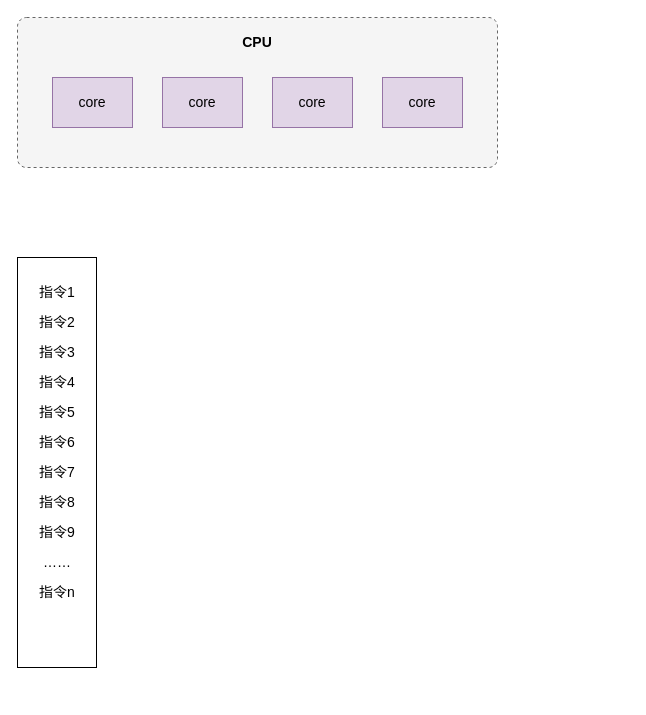
The draw.io diagram drawio/并发编程/线程.drawio in hezhuma/image-repo, before the edit. Source tidied: cells renumbered, new cells numbered last; positions are measured from the earlier drawing's top-left corner, leaving out a move shared by most shapes. Both pictures are drawn from the tidied source at 100%, with x=0, y=0 at pixel (17, 17).
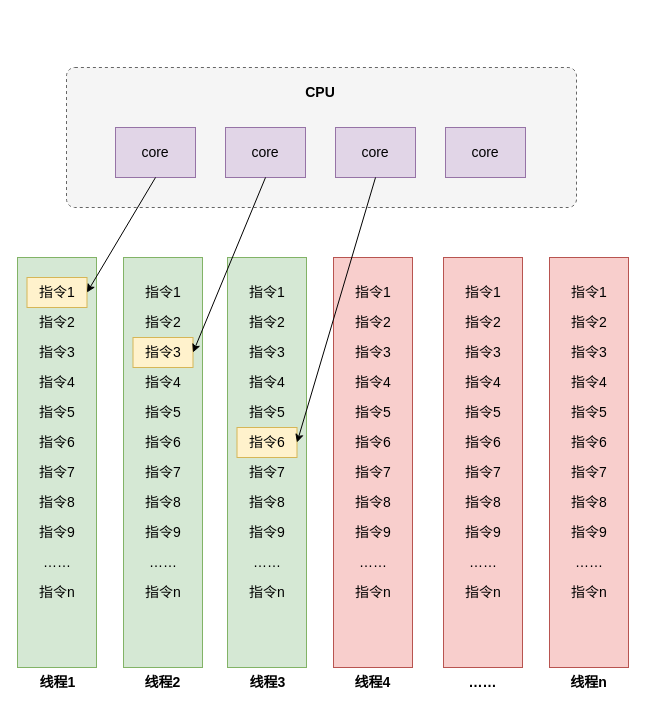
The same diagram, later.

Diff of the diagram source:
```diff
@@
-    <mxCell id="2" style="rounded=1;whiteSpace=wrap;html=1;dashed=1;arcSize=6;fillColor=#f5f5f5;fontColor=#333333;strokeColor=#666666;" parent="1" vertex="1">
-      <mxGeometry width="480" height="150" as="geometry" />
+    <mxCell id="2" style="rounded=1;whiteSpace=wrap;html=1;dashed=1;arcSize=6;fillColor=#f5f5f5;fontColor=#333333;strokeColor=#666666;strokeWidth=1;" parent="1" vertex="1">
+      <mxGeometry x="49" y="50" width="510" height="140" as="geometry" />
     </mxCell>
     <mxCell id="3" value="&lt;font style=&quot;font-size: 14px;&quot;&gt;core&lt;/font&gt;" style="rounded=0;whiteSpace=wrap;html=1;fillColor=#e1d5e7;strokeColor=#9673a6;" parent="1" vertex="1">
-      <mxGeometry x="35" y="60" width="80" height="50" as="geometry" />
+      <mxGeometry x="98" y="110" width="80" height="50" as="geometry" />
     </mxCell>
     <mxCell id="4" value="&lt;font style=&quot;font-size: 14px;&quot;&gt;core&lt;/font&gt;" style="rounded=0;whiteSpace=wrap;html=1;fillColor=#e1d5e7;strokeColor=#9673a6;" parent="1" vertex="1">
-      <mxGeometry x="145" y="60" width="80" height="50" as="geometry" />
+      <mxGeometry x="208" y="110" width="80" height="50" as="geometry" />
     </mxCell>
     <mxCell id="5" value="&lt;font style=&quot;font-size: 14px;&quot;&gt;core&lt;/font&gt;" style="rounded=0;whiteSpace=wrap;html=1;fillColor=#e1d5e7;strokeColor=#9673a6;" parent="1" vertex="1">
-      <mxGeometry x="255" y="60" width="80" height="50" as="geometry" />
+      <mxGeometry x="318" y="110" width="80" height="50" as="geometry" />
     </mxCell>
     <mxCell id="6" value="&lt;font style=&quot;font-size: 14px;&quot;&gt;core&lt;/font&gt;" style="rounded=0;whiteSpace=wrap;html=1;fillColor=#e1d5e7;strokeColor=#9673a6;" parent="1" vertex="1">
-      <mxGeometry x="365" y="60" width="80" height="50" as="geometry" />
+      <mxGeometry x="428" y="110" width="80" height="50" as="geometry" />
     </mxCell>
     <mxCell id="7" value="CPU" style="text;html=1;strokeColor=none;fillColor=none;align=center;verticalAlign=middle;whiteSpace=wrap;rounded=0;fontSize=14;fontStyle=1;" parent="1" vertex="1">
-      <mxGeometry x="210" y="10" width="60" height="30" as="geometry" />
+      <mxGeometry x="273" y="60" width="60" height="30" as="geometry" />
     </mxCell>
-    <mxCell id="8" style="rounded=0;whiteSpace=wrap;html=1;fontSize=14;" parent="1" vertex="1">
+    <mxCell id="8" style="rounded=0;whiteSpace=wrap;html=1;fontSize=14;fillColor=#d5e8d4;strokeColor=#82b366;" parent="1" vertex="1">
       <mxGeometry y="240" width="79" height="410" as="geometry" />
     </mxCell>
-    <mxCell id="9" value="指令1" style="text;html=1;strokeColor=none;fillColor=none;align=center;verticalAlign=middle;whiteSpace=wrap;rounded=0;fontSize=14;" parent="1" vertex="1">
+    <mxCell id="9" value="指令1" style="text;html=1;strokeColor=#d6b656;fillColor=#fff2cc;align=center;verticalAlign=middle;whiteSpace=wrap;rounded=0;fontSize=14;" parent="1" vertex="1">
       <mxGeometry x="9.5" y="260" width="60" height="30" as="geometry" />
     </mxCell>
@@
+    <mxCell id="20" style="rounded=0;whiteSpace=wrap;html=1;fontSize=14;fillColor=#d5e8d4;strokeColor=#82b366;" parent="1" vertex="1">
+      <mxGeometry x="106" y="240" width="79" height="410" as="geometry" />
+    </mxCell>
+    <mxCell id="21" value="指令1" style="text;html=1;strokeColor=none;fillColor=none;align=center;verticalAlign=middle;whiteSpace=wrap;rounded=0;fontSize=14;" parent="1" vertex="1">
+      <mxGeometry x="115.5" y="260" width="60" height="30" as="geometry" />
+    </mxCell>
+    <mxCell id="22" value="指令2" style="text;html=1;strokeColor=none;fillColor=none;align=center;verticalAlign=middle;whiteSpace=wrap;rounded=0;fontSize=14;" parent="1" vertex="1">
+      <mxGeometry x="115.5" y="290" width="60" height="30" as="geometry" />
+    </mxCell>
+    <mxCell id="23" value="指令3" style="text;html=1;strokeColor=#d6b656;fillColor=#fff2cc;align=center;verticalAlign=middle;whiteSpace=wrap;rounded=0;fontSize=14;" parent="1" vertex="1">
+      <mxGeometry x="115.5" y="320" width="60" height="30" as="geometry" />
+    </mxCell>
+    <mxCell id="24" value="指令4" style="text;html=1;strokeColor=none;fillColor=none;align=center;verticalAlign=middle;whiteSpace=wrap;rounded=0;fontSize=14;" parent="1" vertex="1">
+      <mxGeometry x="115.5" y="350" width="60" height="30" as="geometry" />
+    </mxCell>
+    <mxCell id="25" value="指令5" style="text;html=1;strokeColor=none;fillColor=none;align=center;verticalAlign=middle;whiteSpace=wrap;rounded=0;fontSize=14;" parent="1" vertex="1">
+      <mxGeometry x="115.5" y="380" width="60" height="30" as="geometry" />
+    </mxCell>
+    <mxCell id="26" value="指令6" style="text;html=1;strokeColor=none;fillColor=none;align=center;verticalAlign=middle;whiteSpace=wrap;rounded=0;fontSize=14;" parent="1" vertex="1">
+      <mxGeometry x="115.5" y="410" width="60" height="30" as="geometry" />
+    </mxCell>
+    <mxCell id="27" value="指令7" style="text;html=1;strokeColor=none;fillColor=none;align=center;verticalAlign=middle;whiteSpace=wrap;rounded=0;fontSize=14;" parent="1" vertex="1">
+      <mxGeometry x="115.5" y="440" width="60" height="30" as="geometry" />
+    </mxCell>
+    <mxCell id="28" value="指令8" style="text;html=1;strokeColor=none;fillColor=none;align=center;verticalAlign=middle;whiteSpace=wrap;rounded=0;fontSize=14;" parent="1" vertex="1">
+      <mxGeometry x="115.5" y="470" width="60" height="30" as="geometry" />
+    </mxCell>
+    <mxCell id="29" value="指令9" style="text;html=1;strokeColor=none;fillColor=none;align=center;verticalAlign=middle;whiteSpace=wrap;rounded=0;fontSize=14;" parent="1" vertex="1">
+      <mxGeometry x="115.5" y="500" width="60" height="30" as="geometry" />
+    </mxCell>
+    <mxCell id="30" value="……" style="text;html=1;strokeColor=none;fillColor=none;align=center;verticalAlign=middle;whiteSpace=wrap;rounded=0;fontSize=14;" parent="1" vertex="1">
+      <mxGeometry x="115.5" y="530" width="60" height="30" as="geometry" />
+    </mxCell>
+    <mxCell id="31" value="指令n" style="text;html=1;strokeColor=none;fillColor=none;align=center;verticalAlign=middle;whiteSpace=wrap;rounded=0;fontSize=14;" parent="1" vertex="1">
+      <mxGeometry x="115.5" y="560" width="60" height="30" as="geometry" />
+    </mxCell>
+    <mxCell id="32" style="rounded=0;whiteSpace=wrap;html=1;fontSize=14;fillColor=#d5e8d4;strokeColor=#82b366;" parent="1" vertex="1">
+      <mxGeometry x="210" y="240" width="79" height="410" as="geometry" />
+    </mxCell>
+    <mxCell id="33" value="指令1" style="text;html=1;strokeColor=none;fillColor=none;align=center;verticalAlign=middle;whiteSpace=wrap;rounded=0;fontSize=14;" parent="1" vertex="1">
+      <mxGeometry x="219.5" y="260" width="60" height="30" as="geometry" />
+    </mxCell>
+    <mxCell id="34" value="指令2" style="text;html=1;strokeColor=none;fillColor=none;align=center;verticalAlign=middle;whiteSpace=wrap;rounded=0;fontSize=14;" parent="1" vertex="1">
+      <mxGeometry x="219.5" y="290" width="60" height="30" as="geometry" />
+    </mxCell>
+    <mxCell id="35" value="指令3" style="text;html=1;strokeColor=none;fillColor=none;align=center;verticalAlign=middle;whiteSpace=wrap;rounded=0;fontSize=14;" parent="1" vertex="1">
+      <mxGeometry x="219.5" y="320" width="60" height="30" as="geometry" />
+    </mxCell>
+    <mxCell id="36" value="指令4" style="text;html=1;strokeColor=none;fillColor=none;align=center;verticalAlign=middle;whiteSpace=wrap;rounded=0;fontSize=14;" parent="1" vertex="1">
+      <mxGeometry x="219.5" y="350" width="60" height="30" as="geometry" />
+    </mxCell>
+    <mxCell id="37" value="指令5" style="text;html=1;strokeColor=none;fillColor=none;align=center;verticalAlign=middle;whiteSpace=wrap;rounded=0;fontSize=14;" parent="1" vertex="1">
+      <mxGeometry x="219.5" y="380" width="60" height="30" as="geometry" />
+    </mxCell>
+    <mxCell id="38" value="指令6" style="text;html=1;strokeColor=#d6b656;fillColor=#fff2cc;align=center;verticalAlign=middle;whiteSpace=wrap;rounded=0;fontSize=14;" parent="1" vertex="1">
+      <mxGeometry x="219.5" y="410" width="60" height="30" as="geometry" />
+    </mxCell>
+    <mxCell id="39" value="指令7" style="text;html=1;strokeColor=none;fillColor=none;align=center;verticalAlign=middle;whiteSpace=wrap;rounded=0;fontSize=14;" parent="1" vertex="1">
+      <mxGeometry x="219.5" y="440" width="60" height="30" as="geometry" />
+    </mxCell>
+    <mxCell id="40" value="指令8" style="text;html=1;strokeColor=none;fillColor=none;align=center;verticalAlign=middle;whiteSpace=wrap;rounded=0;fontSize=14;" parent="1" vertex="1">
+      <mxGeometry x="219.5" y="470" width="60" height="30" as="geometry" />
+    </mxCell>
+    <mxCell id="41" value="指令9" style="text;html=1;strokeColor=none;fillColor=none;align=center;verticalAlign=middle;whiteSpace=wrap;rounded=0;fontSize=14;" parent="1" vertex="1">
+      <mxGeometry x="219.5" y="500" width="60" height="30" as="geometry" />
+    </mxCell>
+    <mxCell id="42" value="……" style="text;html=1;strokeColor=none;fillColor=none;align=center;verticalAlign=middle;whiteSpace=wrap;rounded=0;fontSize=14;" parent="1" vertex="1">
+      <mxGeometry x="219.5" y="530" width="60" height="30" as="geometry" />
+    </mxCell>
+    <mxCell id="43" value="指令n" style="text;html=1;strokeColor=none;fillColor=none;align=center;verticalAlign=middle;whiteSpace=wrap;rounded=0;fontSize=14;" parent="1" vertex="1">
+      <mxGeometry x="219.5" y="560" width="60" height="30" as="geometry" />
+    </mxCell>
+    <mxCell id="44" style="rounded=0;whiteSpace=wrap;html=1;fontSize=14;fillColor=#f8cecc;strokeColor=#b85450;" parent="1" vertex="1">
+      <mxGeometry x="316" y="240" width="79" height="410" as="geometry" />
+    </mxCell>
+    <mxCell id="45" value="指令1" style="text;html=1;strokeColor=none;fillColor=none;align=center;verticalAlign=middle;whiteSpace=wrap;rounded=0;fontSize=14;" parent="1" vertex="1">
+      <mxGeometry x="325.5" y="260" width="60" height="30" as="geometry" />
+    </mxCell>
+    <mxCell id="46" value="指令2" style="text;html=1;strokeColor=none;fillColor=none;align=center;verticalAlign=middle;whiteSpace=wrap;rounded=0;fontSize=14;" parent="1" vertex="1">
+      <mxGeometry x="325.5" y="290" width="60" height="30" as="geometry" />
+    </mxCell>
+    <mxCell id="47" value="指令3" style="text;html=1;strokeColor=none;fillColor=none;align=center;verticalAlign=middle;whiteSpace=wrap;rounded=0;fontSize=14;" parent="1" vertex="1">
+      <mxGeometry x="325.5" y="320" width="60" height="30" as="geometry" />
+    </mxCell>
+    <mxCell id="48" value="指令4" style="text;html=1;strokeColor=none;fillColor=none;align=center;verticalAlign=middle;whiteSpace=wrap;rounded=0;fontSize=14;" parent="1" vertex="1">
+      <mxGeometry x="325.5" y="350" width="60" height="30" as="geometry" />
+    </mxCell>
+    <mxCell id="49" value="指令5" style="text;html=1;strokeColor=none;fillColor=none;align=center;verticalAlign=middle;whiteSpace=wrap;rounded=0;fontSize=14;" parent="1" vertex="1">
+      <mxGeometry x="325.5" y="380" width="60" height="30" as="geometry" />
+    </mxCell>
+    <mxCell id="50" value="指令6" style="text;html=1;strokeColor=none;fillColor=none;align=center;verticalAlign=middle;whiteSpace=wrap;rounded=0;fontSize=14;" parent="1" vertex="1">
+      <mxGeometry x="325.5" y="410" width="60" height="30" as="geometry" />
+    </mxCell>
+    <mxCell id="51" value="指令7" style="text;html=1;strokeColor=none;fillColor=none;align=center;verticalAlign=middle;whiteSpace=wrap;rounded=0;fontSize=14;" parent="1" vertex="1">
+      <mxGeometry x="325.5" y="440" width="60" height="30" as="geometry" />
+    </mxCell>
+    <mxCell id="52" value="指令8" style="text;html=1;strokeColor=none;fillColor=none;align=center;verticalAlign=middle;whiteSpace=wrap;rounded=0;fontSize=14;" parent="1" vertex="1">
+      <mxGeometry x="325.5" y="470" width="60" height="30" as="geometry" />
+    </mxCell>
+    <mxCell id="53" value="指令9" style="text;html=1;strokeColor=none;fillColor=none;align=center;verticalAlign=middle;whiteSpace=wrap;rounded=0;fontSize=14;" parent="1" vertex="1">
+      <mxGeometry x="325.5" y="500" width="60" height="30" as="geometry" />
+    </mxCell>
+    <mxCell id="54" value="……" style="text;html=1;strokeColor=none;fillColor=none;align=center;verticalAlign=middle;whiteSpace=wrap;rounded=0;fontSize=14;" parent="1" vertex="1">
+      <mxGeometry x="325.5" y="530" width="60" height="30" as="geometry" />
+    </mxCell>
+    <mxCell id="55" value="指令n" style="text;html=1;strokeColor=none;fillColor=none;align=center;verticalAlign=middle;whiteSpace=wrap;rounded=0;fontSize=14;" parent="1" vertex="1">
+      <mxGeometry x="325.5" y="560" width="60" height="30" as="geometry" />
+    </mxCell>
+    <mxCell id="56" style="rounded=0;whiteSpace=wrap;html=1;fontSize=14;fillColor=#f8cecc;strokeColor=#b85450;" parent="1" vertex="1">
+      <mxGeometry x="426" y="240" width="79" height="410" as="geometry" />
+    </mxCell>
+    <mxCell id="57" value="指令1" style="text;html=1;strokeColor=none;fillColor=none;align=center;verticalAlign=middle;whiteSpace=wrap;rounded=0;fontSize=14;" parent="1" vertex="1">
+      <mxGeometry x="435.5" y="260" width="60" height="30" as="geometry" />
+    </mxCell>
+    <mxCell id="58" value="指令2" style="text;html=1;strokeColor=none;fillColor=none;align=center;verticalAlign=middle;whiteSpace=wrap;rounded=0;fontSize=14;" parent="1" vertex="1">
+      <mxGeometry x="435.5" y="290" width="60" height="30" as="geometry" />
+    </mxCell>
+    <mxCell id="59" value="指令3" style="text;html=1;strokeColor=none;fillColor=none;align=center;verticalAlign=middle;whiteSpace=wrap;rounded=0;fontSize=14;" parent="1" vertex="1">
+      <mxGeometry x="435.5" y="320" width="60" height="30" as="geometry" />
+    </mxCell>
+    <mxCell id="60" value="指令4" style="text;html=1;strokeColor=none;fillColor=none;align=center;verticalAlign=middle;whiteSpace=wrap;rounded=0;fontSize=14;" parent="1" vertex="1">
+      <mxGeometry x="435.5" y="350" width="60" height="30" as="geometry" />
+    </mxCell>
+    <mxCell id="61" value="指令5" style="text;html=1;strokeColor=none;fillColor=none;align=center;verticalAlign=middle;whiteSpace=wrap;rounded=0;fontSize=14;" parent="1" vertex="1">
+      <mxGeometry x="435.5" y="380" width="60" height="30" as="geometry" />
+    </mxCell>
+    <mxCell id="62" value="指令6" style="text;html=1;strokeColor=none;fillColor=none;align=center;verticalAlign=middle;whiteSpace=wrap;rounded=0;fontSize=14;" parent="1" vertex="1">
+      <mxGeometry x="435.5" y="410" width="60" height="30" as="geometry" />
+    </mxCell>
+    <mxCell id="63" value="指令7" style="text;html=1;strokeColor=none;fillColor=none;align=center;verticalAlign=middle;whiteSpace=wrap;rounded=0;fontSize=14;" parent="1" vertex="1">
+      <mxGeometry x="435.5" y="440" width="60" height="30" as="geometry" />
+    </mxCell>
+    <mxCell id="64" value="指令8" style="text;html=1;strokeColor=none;fillColor=none;align=center;verticalAlign=middle;whiteSpace=wrap;rounded=0;fontSize=14;" parent="1" vertex="1">
+      <mxGeometry x="435.5" y="470" width="60" height="30" as="geometry" />
+    </mxCell>
+    <mxCell id="65" value="指令9" style="text;html=1;strokeColor=none;fillColor=none;align=center;verticalAlign=middle;whiteSpace=wrap;rounded=0;fontSize=14;" parent="1" vertex="1">
+      <mxGeometry x="435.5" y="500" width="60" height="30" as="geometry" />
+    </mxCell>
+    <mxCell id="66" value="……" style="text;html=1;strokeColor=none;fillColor=none;align=center;verticalAlign=middle;whiteSpace=wrap;rounded=0;fontSize=14;" parent="1" vertex="1">
+      <mxGeometry x="435.5" y="530" width="60" height="30" as="geometry" />
+    </mxCell>
+    <mxCell id="67" value="指令n" style="text;html=1;strokeColor=none;fillColor=none;align=center;verticalAlign=middle;whiteSpace=wrap;rounded=0;fontSize=14;" parent="1" vertex="1">
+      <mxGeometry x="435.5" y="560" width="60" height="30" as="geometry" />
+    </mxCell>
+    <mxCell id="68" style="rounded=0;whiteSpace=wrap;html=1;fontSize=14;fillColor=#f8cecc;strokeColor=#b85450;" parent="1" vertex="1">
+      <mxGeometry x="532" y="240" width="79" height="410" as="geometry" />
+    </mxCell>
+    <mxCell id="69" value="指令1" style="text;html=1;strokeColor=none;fillColor=none;align=center;verticalAlign=middle;whiteSpace=wrap;rounded=0;fontSize=14;" parent="1" vertex="1">
+      <mxGeometry x="541.5" y="260" width="60" height="30" as="geometry" />
+    </mxCell>
+    <mxCell id="70" value="指令2" style="text;html=1;strokeColor=none;fillColor=none;align=center;verticalAlign=middle;whiteSpace=wrap;rounded=0;fontSize=14;" parent="1" vertex="1">
+      <mxGeometry x="541.5" y="290" width="60" height="30" as="geometry" />
+    </mxCell>
+    <mxCell id="71" value="指令3" style="text;html=1;strokeColor=none;fillColor=none;align=center;verticalAlign=middle;whiteSpace=wrap;rounded=0;fontSize=14;" parent="1" vertex="1">
+      <mxGeometry x="541.5" y="320" width="60" height="30" as="geometry" />
+    </mxCell>
+    <mxCell id="72" value="指令4" style="text;html=1;strokeColor=none;fillColor=none;align=center;verticalAlign=middle;whiteSpace=wrap;rounded=0;fontSize=14;" parent="1" vertex="1">
+      <mxGeometry x="541.5" y="350" width="60" height="30" as="geometry" />
+    </mxCell>
+    <mxCell id="73" value="指令5" style="text;html=1;strokeColor=none;fillColor=none;align=center;verticalAlign=middle;whiteSpace=wrap;rounded=0;fontSize=14;" parent="1" vertex="1">
+      <mxGeometry x="541.5" y="380" width="60" height="30" as="geometry" />
+    </mxCell>
+    <mxCell id="74" value="指令6" style="text;html=1;strokeColor=none;fillColor=none;align=center;verticalAlign=middle;whiteSpace=wrap;rounded=0;fontSize=14;" parent="1" vertex="1">
+      <mxGeometry x="541.5" y="410" width="60" height="30" as="geometry" />
+    </mxCell>
+    <mxCell id="75" value="指令7" style="text;html=1;strokeColor=none;fillColor=none;align=center;verticalAlign=middle;whiteSpace=wrap;rounded=0;fontSize=14;" parent="1" vertex="1">
+      <mxGeometry x="541.5" y="440" width="60" height="30" as="geometry" />
+    </mxCell>
+    <mxCell id="76" value="指令8" style="text;html=1;strokeColor=none;fillColor=none;align=center;verticalAlign=middle;whiteSpace=wrap;rounded=0;fontSize=14;" parent="1" vertex="1">
+      <mxGeometry x="541.5" y="470" width="60" height="30" as="geometry" />
+    </mxCell>
+    <mxCell id="77" value="指令9" style="text;html=1;strokeColor=none;fillColor=none;align=center;verticalAlign=middle;whiteSpace=wrap;rounded=0;fontSize=14;" parent="1" vertex="1">
+      <mxGeometry x="541.5" y="500" width="60" height="30" as="geometry" />
+    </mxCell>
+    <mxCell id="78" value="……" style="text;html=1;strokeColor=none;fillColor=none;align=center;verticalAlign=middle;whiteSpace=wrap;rounded=0;fontSize=14;" parent="1" vertex="1">
+      <mxGeometry x="541.5" y="530" width="60" height="30" as="geometry" />
+    </mxCell>
+    <mxCell id="79" value="指令n" style="text;html=1;strokeColor=none;fillColor=none;align=center;verticalAlign=middle;whiteSpace=wrap;rounded=0;fontSize=14;" parent="1" vertex="1">
+      <mxGeometry x="541.5" y="560" width="60" height="30" as="geometry" />
+    </mxCell>
+    <mxCell id="80" style="endArrow=classic;html=1;rounded=0;fontSize=14;exitX=0.5;exitY=1;exitDx=0;exitDy=0;entryX=1;entryY=0.5;entryDx=0;entryDy=0;" parent="1" edge="1" source="3" target="9">
+      <mxGeometry relative="1" as="geometry" />
+    </mxCell>
+    <mxCell id="81" style="endArrow=classic;html=1;rounded=0;fontSize=14;exitX=0.5;exitY=1;exitDx=0;exitDy=0;entryX=1;entryY=0.5;entryDx=0;entryDy=0;" parent="1" edge="1" source="4" target="23">
+      <mxGeometry relative="1" as="geometry" />
+    </mxCell>
+    <mxCell id="82" style="endArrow=classic;html=1;rounded=0;fontSize=14;exitX=0.5;exitY=1;exitDx=0;exitDy=0;entryX=1;entryY=0.5;entryDx=0;entryDy=0;" parent="1" edge="1" source="5" target="38">
+      <mxGeometry relative="1" as="geometry" />
+    </mxCell>
+    <mxCell id="83" value="线程1" style="text;html=1;strokeColor=none;fillColor=none;align=center;verticalAlign=middle;whiteSpace=wrap;rounded=0;fontSize=14;fontStyle=1;" parent="1" vertex="1">
+      <mxGeometry x="9.5" y="650" width="60.5" height="30" as="geometry" />
+    </mxCell>
+    <mxCell id="84" value="线程2" style="text;html=1;strokeColor=none;fillColor=none;align=center;verticalAlign=middle;whiteSpace=wrap;rounded=0;fontSize=14;fontStyle=1;" parent="1" vertex="1">
+      <mxGeometry x="115" y="650" width="60.5" height="30" as="geometry" />
+    </mxCell>
+    <mxCell id="85" value="线程3" style="text;html=1;strokeColor=none;fillColor=none;align=center;verticalAlign=middle;whiteSpace=wrap;rounded=0;fontSize=14;fontStyle=1;" parent="1" vertex="1">
+      <mxGeometry x="219.5" y="650" width="60.5" height="30" as="geometry" />
+    </mxCell>
+    <mxCell id="86" value="线程4" style="text;html=1;strokeColor=none;fillColor=none;align=center;verticalAlign=middle;whiteSpace=wrap;rounded=0;fontSize=14;fontStyle=1;" parent="1" vertex="1">
+      <mxGeometry x="325" y="650" width="60.5" height="30" as="geometry" />
+    </mxCell>
+    <mxCell id="87" value="……" style="text;html=1;strokeColor=none;fillColor=none;align=center;verticalAlign=middle;whiteSpace=wrap;rounded=0;fontSize=14;fontStyle=1;" parent="1" vertex="1">
+      <mxGeometry x="435" y="650" width="60.5" height="30" as="geometry" />
+    </mxCell>
+    <mxCell id="88" value="线程n" style="text;html=1;strokeColor=none;fillColor=none;align=center;verticalAlign=middle;whiteSpace=wrap;rounded=0;fontSize=14;fontStyle=1;" parent="1" vertex="1">
+      <mxGeometry x="541" y="650" width="60.5" height="30" as="geometry" />
+    </mxCell>
```
